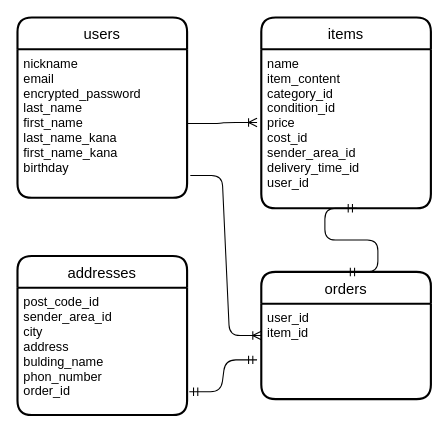
The draw.io diagram page "ページ1" (1 of 2) of furima-38311.dio in sawao8/furima-38311, before the edit. Source tidied: cells renumbered, new cells numbered last; positions are measured from the earlier drawing's top-left corner, leaving out a move shared by most shapes. Both pictures are drawn from the tidied source at 106%, with x=0, y=0 at pixel (17, 17).
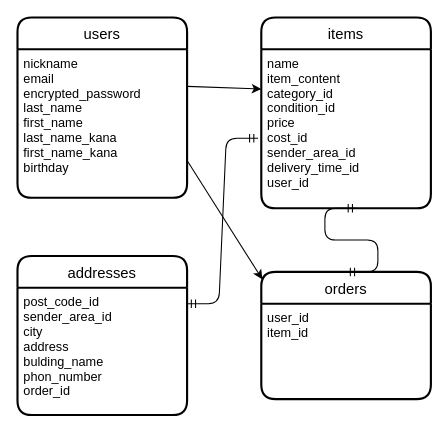
Above is the later version.

Commit message (it also covers changes not shown here):
データベース設計の修正3

Diff of the diagram source:
```diff
@@
 <mxGraphModel>
   <root>
     <mxCell id="0" />
     <mxCell id="1" parent="0" />
     <mxCell id="2" value="users" style="swimlane;horizontal=1;startSize=30;rounded=1;fontSize=14;fontStyle=0;strokeWidth=2;shadow=0;dashed=0;align=center;" parent="1" vertex="1">
       <mxGeometry width="160" height="170" as="geometry" />
     </mxCell>
     <mxCell id="3" value="nickname&#10;email&#10;encrypted_password&#10;last_name&#10;first_name&#10;last_name_kana&#10;first_name_kana&#10;birthday" style="align=left;strokeColor=none;fillColor=none;spacingLeft=4;fontSize=12;verticalAlign=top;" parent="2" vertex="1">
       <mxGeometry y="30" width="160" height="140" as="geometry" />
     </mxCell>
     <mxCell id="4" value="items" style="swimlane;horizontal=1;startSize=30;rounded=1;fontSize=14;fontStyle=0;strokeWidth=2;shadow=0;dashed=0;align=center;" parent="1" vertex="1">
       <mxGeometry x="230" width="160" height="180" as="geometry" />
     </mxCell>
     <mxCell id="5" value="name&#10;item_content&#10;category_id&#10;condition_id&#10;price&#10;cost_id&#10;sender_area_id&#10;delivery_time_id&#10;user_id" style="align=left;strokeColor=none;fillColor=none;spacingLeft=4;fontSize=12;verticalAlign=top;" parent="4" vertex="1">
       <mxGeometry y="30" width="160" height="150" as="geometry" />
     </mxCell>
     <mxCell id="6" value="addresses" style="swimlane;horizontal=1;startSize=30;rounded=1;fontSize=14;fontStyle=0;strokeWidth=2;shadow=0;dashed=0;align=center;" parent="1" vertex="1">
       <mxGeometry y="225" width="160" height="150" as="geometry" />
     </mxCell>
     <mxCell id="7" value="post_code_id&#10;sender_area_id&#10;city&#10;address&#10;bulding_name&#10;phon_number&#10;order_id&#10;" style="align=left;strokeColor=none;fillColor=none;spacingLeft=4;fontSize=12;verticalAlign=top;" parent="6" vertex="1">
       <mxGeometry y="30" width="160" height="120" as="geometry" />
     </mxCell>
     <mxCell id="8" value="orders" style="swimlane;horizontal=1;startSize=30;rounded=1;fontSize=14;fontStyle=0;strokeWidth=2;shadow=0;dashed=0;align=center;" parent="1" vertex="1">
       <mxGeometry x="230" y="240" width="160" height="120" as="geometry" />
     </mxCell>
     <mxCell id="9" value="user_id&#10;item_id" style="align=left;strokeColor=none;fillColor=none;spacingLeft=4;fontSize=12;verticalAlign=top;" parent="8" vertex="1">
       <mxGeometry y="30" width="160" height="90" as="geometry" />
     </mxCell>
     <mxCell id="10" style="edgeStyle=none;html=1;exitX=1;exitY=0.25;exitDx=0;exitDy=0;" parent="1" edge="1" source="3">
       <mxGeometry relative="1" as="geometry">
         <mxPoint x="160" y="65" as="targetPoint" />
       </mxGeometry>
     </mxCell>
+    <mxCell id="13" style="edgeStyle=entityRelationEdgeStyle;fontSize=12;html=1;endArrow=ERmandOne;startArrow=ERmandOne;exitX=0.5;exitY=0;exitDx=0;exitDy=0;" parent="1" edge="1" source="8">
+      <mxGeometry relative="1" as="geometry">
+        <mxPoint x="320" y="180" as="targetPoint" />
+      </mxGeometry>
+    </mxCell>
-    <mxCell id="11" style="edgeStyle=entityRelationEdgeStyle;fontSize=12;html=1;endArrow=ERoneToMany;exitX=1;exitY=0.5;exitDx=0;exitDy=0;entryX=-0.025;entryY=0.46;entryDx=0;entryDy=0;entryPerimeter=0;" parent="1" edge="1" source="3" target="5">
+    <mxCell id="11" style="edgeStyle=none;html=1;exitX=1;exitY=0.25;exitDx=0;exitDy=0;entryX=0;entryY=0.25;entryDx=0;entryDy=0;" parent="1" edge="1" source="3" target="5">
       <mxGeometry relative="1" as="geometry" />
     </mxCell>
+    <mxCell id="15" style="edgeStyle=entityRelationEdgeStyle;fontSize=12;html=1;endArrow=ERmandOne;startArrow=ERmandOne;entryX=-0.019;entryY=0.56;entryDx=0;entryDy=0;entryPerimeter=0;" parent="1" edge="1" target="5">
+      <mxGeometry relative="1" as="geometry">
+        <mxPoint x="160" y="270" as="sourcePoint" />
+      </mxGeometry>
+    </mxCell>
-    <mxCell id="12" style="edgeStyle=entityRelationEdgeStyle;fontSize=12;html=1;endArrow=ERoneToMany;exitX=1.019;exitY=0.85;exitDx=0;exitDy=0;exitPerimeter=0;entryX=0;entryY=0.5;entryDx=0;entryDy=0;" parent="1" edge="1" source="3" target="8">
+    <mxCell id="12" style="edgeStyle=none;html=1;exitX=1;exitY=0.75;exitDx=0;exitDy=0;entryX=0.006;entryY=0.058;entryDx=0;entryDy=0;entryPerimeter=0;" parent="1" edge="1" source="3" target="8">
       <mxGeometry relative="1" as="geometry" />
     </mxCell>
-    <mxCell id="13" style="edgeStyle=entityRelationEdgeStyle;fontSize=12;html=1;endArrow=ERmandOne;startArrow=ERmandOne;exitX=0.5;exitY=0;exitDx=0;exitDy=0;" parent="1" edge="1" source="8">
-      <mxGeometry relative="1" as="geometry">
-        <mxPoint x="320" y="180" as="targetPoint" />
-      </mxGeometry>
-    </mxCell>
-    <mxCell id="14" style="edgeStyle=entityRelationEdgeStyle;fontSize=12;html=1;endArrow=ERmandOne;startArrow=ERmandOne;entryX=-0.025;entryY=0.589;entryDx=0;entryDy=0;entryPerimeter=0;exitX=1.013;exitY=0.817;exitDx=0;exitDy=0;exitPerimeter=0;" parent="1" edge="1" source="7" target="9">
-      <mxGeometry relative="1" as="geometry" />
-    </mxCell>
   </root>
 </mxGraphModel>
```
